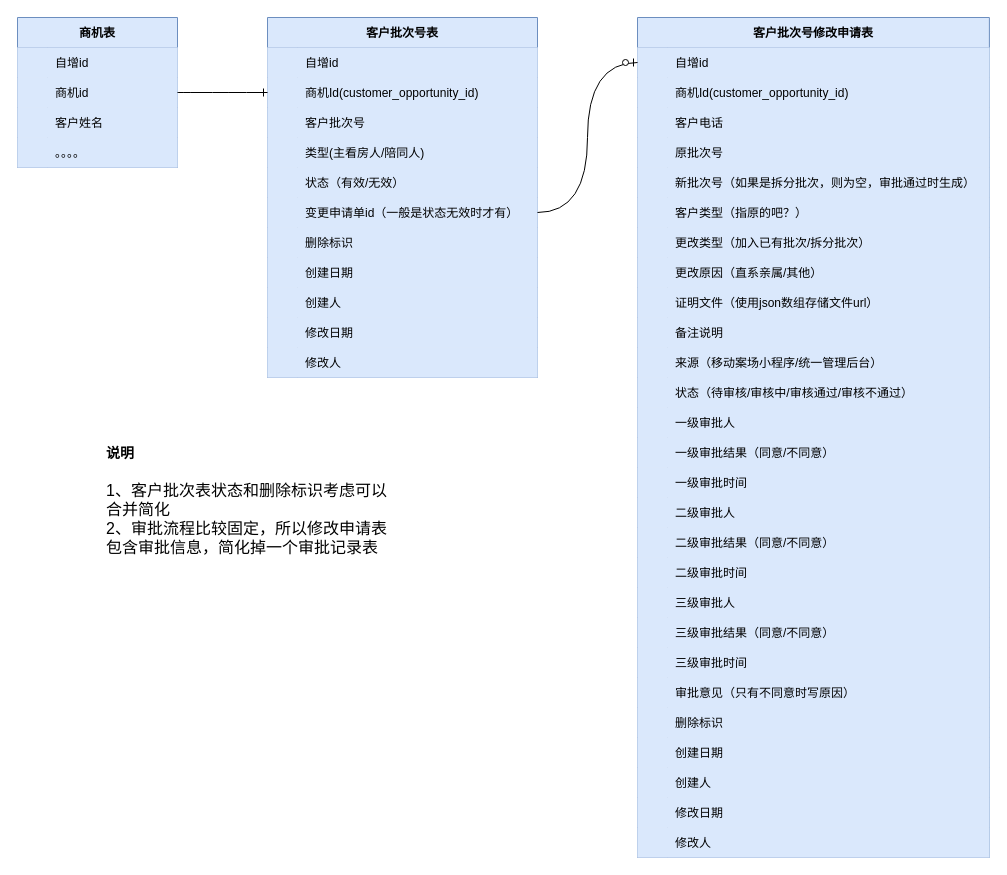
Above: page "客户批次" (6 of 6) of 客户中心.drawio in juesuchen/diagrams (draw.io), before the change. Source tidied: cells renumbered, new cells numbered last; positions are measured from the earlier drawing's top-left corner, leaving out a move shared by most shapes. Both pictures are drawn from the tidied source at 100%, with x=0, y=0 at pixel (17, 17).
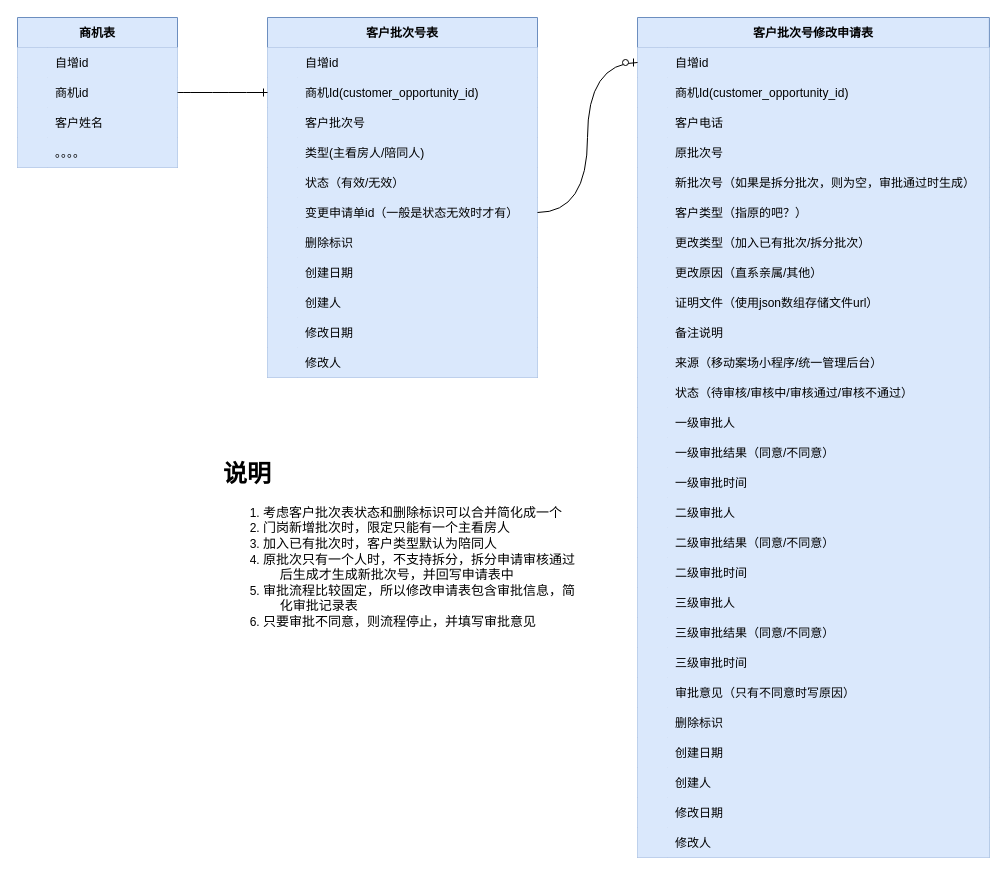
After the change.

Commit message (it also covers changes not shown here):
更新客户中心.drawio

Diff of the diagram source:
```diff
@@
-    <mxCell id="133" value="&lt;h1 style=&quot;margin-top: 0px;&quot;&gt;&lt;font style=&quot;font-size: 14px;&quot;&gt;说明&lt;/font&gt;&lt;/h1&gt;&lt;div&gt;&lt;font size=&quot;3&quot;&gt;1、客户批次表状态和删除标识考虑可以合并简化&lt;/font&gt;&lt;/div&gt;&lt;div&gt;&lt;font size=&quot;3&quot;&gt;2、审批流程比较固定，所以修改申请表包含审批信息，简化掉一个审批记录表&lt;/font&gt;&lt;/div&gt;" style="text;html=1;whiteSpace=wrap;overflow=hidden;rounded=0;" parent="1" vertex="1">
-      <mxGeometry x="87" y="412" width="290" height="209" as="geometry" />
-    </mxCell>
+    <mxCell id="134" value="&lt;h1 style=&quot;margin-top: 0px;&quot;&gt;说明&lt;/h1&gt;&lt;ol&gt;&lt;li style=&quot;padding-left: 1.4em; text-indent: -1.4em; text-align: left;&quot; class=&quot;otl-paragraph&quot;&gt;&lt;span style=&quot;font-size: 13px;&quot; class=&quot;color_font&quot;&gt;考虑客户批次表状态和删除标识可以合并简化成一个&lt;/span&gt;&lt;/li&gt;&lt;li style=&quot;padding-left: 1.4em; text-indent: -1.4em; text-align: left;&quot; class=&quot;otl-paragraph&quot;&gt;&lt;span style=&quot;font-size: 13px;&quot;&gt;门岗新增批次时，限定只能有一个主看房人&lt;/span&gt;&lt;/li&gt;&lt;li style=&quot;padding-left: 1.4em; text-indent: -1.4em; text-align: left;&quot; class=&quot;otl-paragraph&quot;&gt;&lt;span style=&quot;font-size: 13px;&quot;&gt;加入已有批次时，客户类型默认为陪同人&lt;/span&gt;&lt;/li&gt;&lt;li style=&quot;padding-left: 1.4em; text-indent: -1.4em; text-align: left;&quot; class=&quot;otl-paragraph&quot;&gt;&lt;span style=&quot;font-size: 13px;&quot;&gt;原批次只有一个人时，不支持拆分，拆分申请审核通过后生成才生成新批次号，并回写申请表中&lt;/span&gt;&lt;/li&gt;&lt;li style=&quot;padding-left: 1.4em; text-indent: -1.4em; text-align: left;&quot; class=&quot;otl-paragraph&quot;&gt;&lt;span style=&quot;font-size: 13px;&quot; class=&quot;color_font&quot;&gt;审批流程比较固定，所以修改申请表包含审批信息，简化审批记录表&lt;/span&gt;&lt;/li&gt;&lt;li style=&quot;padding-left: 1.4em; text-indent: -1.4em; text-align: left;&quot; class=&quot;otl-paragraph&quot;&gt;&lt;span style=&quot;font-size: 13px;&quot; class=&quot;color_font&quot;&gt;只要审批不同意，则流程停止，并填写审批意见&lt;/span&gt;&lt;/li&gt;&lt;/ol&gt;" style="text;html=1;whiteSpace=wrap;overflow=hidden;rounded=0;" parent="1" vertex="1">
+      <mxGeometry x="204" y="436" width="362" height="187" as="geometry" />
+    </mxCell>
```
